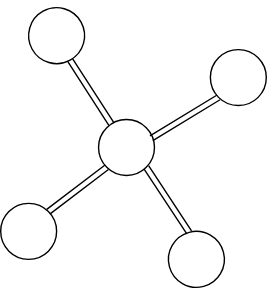
The draw.io diagram Multip.drawio.svg in jujubos/drawio, before a commit. Source tidied: cells renumbered, new cells last; positions are measured from the earlier drawing's top-left corner, leaving out a move shared by most shapes.
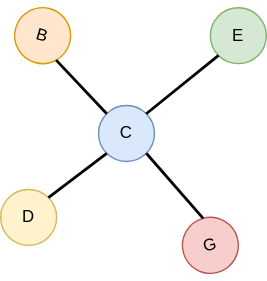
Later version of the same file.

Diff of the diagram source:
```diff
@@ -2,32 +2,32 @@
   <root>
     <mxCell id="0" />
     <mxCell id="1" parent="0" />
-    <mxCell id="2" style="ellipse;whiteSpace=wrap;html=1;" parent="1" vertex="1">
+    <mxCell id="2" value="C" style="ellipse;whiteSpace=wrap;html=1;fillColor=#dae8fc;strokeColor=#6c8ebf;" parent="1" vertex="1">
       <mxGeometry x="70" y="80" width="40" height="40" as="geometry" />
     </mxCell>
-    <mxCell id="3" style="endArrow=none;html=1;rounded=0;entryX=0;entryY=1;entryDx=0;entryDy=0;exitX=0.945;exitY=0.335;exitDx=0;exitDy=0;exitPerimeter=0;shape=link;" parent="1" edge="1" source="2" target="4">
-      <mxGeometry relative="1" as="geometry" />
-    </mxCell>
-    <mxCell id="4" style="ellipse;whiteSpace=wrap;html=1;" parent="1" vertex="1">
-      <mxGeometry x="150" y="30" width="40" height="40" as="geometry" />
+    <mxCell id="4" value="E" style="ellipse;whiteSpace=wrap;html=1;fillColor=#d5e8d4;strokeColor=#82b366;" parent="1" vertex="1">
+      <mxGeometry x="150" y="10" width="40" height="40" as="geometry" />
     </mxCell>
-    <mxCell id="5" style="ellipse;whiteSpace=wrap;html=1;rotation=-15;" parent="1" vertex="1">
-      <mxGeometry x="120" y="160" width="40" height="40" as="geometry" />
+    <mxCell id="5" value="G" style="ellipse;whiteSpace=wrap;html=1;rotation=-15;fillColor=#f8cecc;strokeColor=#b85450;" parent="1" vertex="1">
+      <mxGeometry x="130" y="160" width="40" height="40" as="geometry" />
     </mxCell>
-    <mxCell id="6" style="ellipse;whiteSpace=wrap;html=1;" parent="1" vertex="1">
+    <mxCell id="6" value="D" style="ellipse;whiteSpace=wrap;html=1;fillColor=#fff2cc;strokeColor=#d6b656;" parent="1" vertex="1">
       <mxGeometry y="140" width="40" height="40" as="geometry" />
     </mxCell>
-    <mxCell id="7" style="ellipse;whiteSpace=wrap;html=1;rotation=16;" parent="1" vertex="1">
-      <mxGeometry x="20" width="40" height="40" as="geometry" />
+    <mxCell id="7" value="B" style="ellipse;whiteSpace=wrap;html=1;rotation=16;fillColor=#ffe6cc;strokeColor=#d79b00;" parent="1" vertex="1">
+      <mxGeometry x="10" y="10" width="40" height="40" as="geometry" />
     </mxCell>
+    <mxCell id="3" style="endArrow=none;html=1;rounded=0;entryX=0;entryY=1;entryDx=0;entryDy=0;exitX=1;exitY=0;exitDx=0;exitDy=0;strokeWidth=2;" parent="1" edge="1" source="2" target="4">
+      <mxGeometry relative="1" as="geometry" />
+    </mxCell>
+    <mxCell id="11" style="endArrow=none;html=1;rounded=0;entryX=1;entryY=1;entryDx=0;entryDy=0;strokeWidth=2;exitX=0;exitY=0;exitDx=0;exitDy=0;" parent="1" edge="1" source="2" target="7">
+      <mxGeometry relative="1" as="geometry" />
+    </mxCell>
+    <mxCell id="9" style="endArrow=none;html=1;rounded=0;entryX=1;entryY=0;entryDx=0;entryDy=0;exitX=0;exitY=1;exitDx=0;exitDy=0;strokeWidth=2;" parent="1" edge="1" source="2" target="6">
+      <mxGeometry relative="1" as="geometry" />
+    </mxCell>
-    <mxCell id="8" style="endArrow=none;html=1;rounded=0;entryX=0.5;entryY=0;entryDx=0;entryDy=0;exitX=1;exitY=1;exitDx=0;exitDy=0;shape=link;" parent="1" edge="1" source="2" target="5">
+    <mxCell id="8" style="endArrow=none;html=1;rounded=0;entryX=0.5;entryY=0;entryDx=0;entryDy=0;exitX=1;exitY=1;exitDx=0;exitDy=0;strokeWidth=2;" parent="1" edge="1" source="2" target="5">
       <mxGeometry relative="1" as="geometry" />
     </mxCell>
-    <mxCell id="9" style="endArrow=none;html=1;rounded=0;exitX=0;exitY=1;exitDx=0;exitDy=0;entryX=1;entryY=0;entryDx=0;entryDy=0;shape=link;" parent="1" edge="1" source="2" target="6">
-      <mxGeometry relative="1" as="geometry" />
-    </mxCell>
-    <mxCell id="10" style="endArrow=none;html=1;rounded=0;shape=link;exitX=1;exitY=1;exitDx=0;exitDy=0;" parent="1" edge="1" source="7" target="2">
-      <mxGeometry relative="1" as="geometry" />
-    </mxCell>
   </root>
 </mxGraphModel>
```
